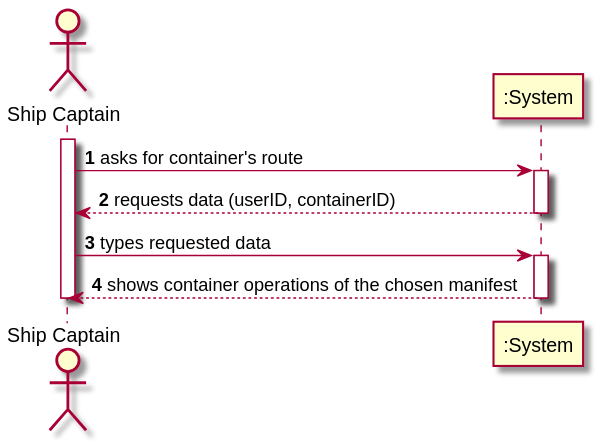
The PlantUML diagram docs/Sprint 3/US/US305/US305_SSD.svg in 1190772/LAB-Project-3, before a commit. The source it was exported from:
```plantuml
@startuml

autonumber

actor "Ship Captain" as SP

activate SP
SP -> ":System" : asks for container's route

activate ":System"
":System" --> "SP" : requests data (userID, containerID)
deactivate ":System"

SP -> ":System" : types requested data

activate ":System"
":System" --> SP : shows container operations of the chosen manifest
deactivate ":System"

deactivate SP

@enduml
```
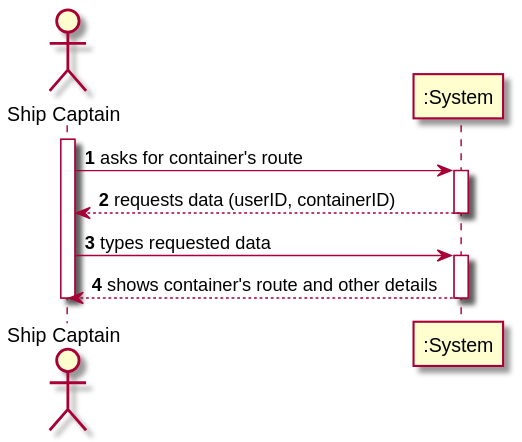
Above is the later version.

Change to the diagram source:
```diff
@@ -14,7 +14,7 @@
 SP -> ":System" : types requested data
 
 activate ":System"
-":System" --> SP : shows container operations of the chosen manifest
+":System" --> SP : shows container's route and other details
 deactivate ":System"
 
 deactivate SP
```
